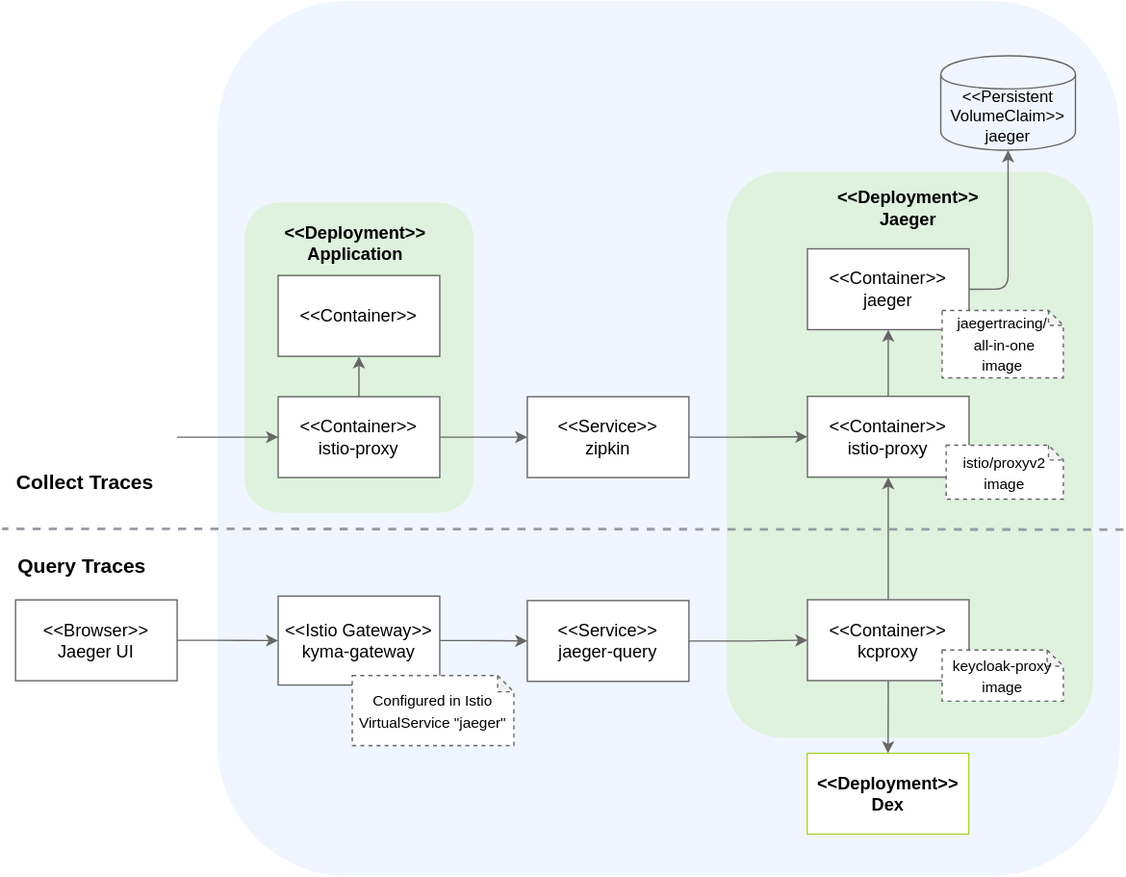
Before: docs/05-technical-reference/03-architecture/assets/obsv-tracing-architecture.svg, a diagram exported from draw.io (kyma-project/kyma). Source tidied: cells renumbered, new cells last; positions are measured from the earlier drawing's top-left corner, leaving out a move shared by most shapes.
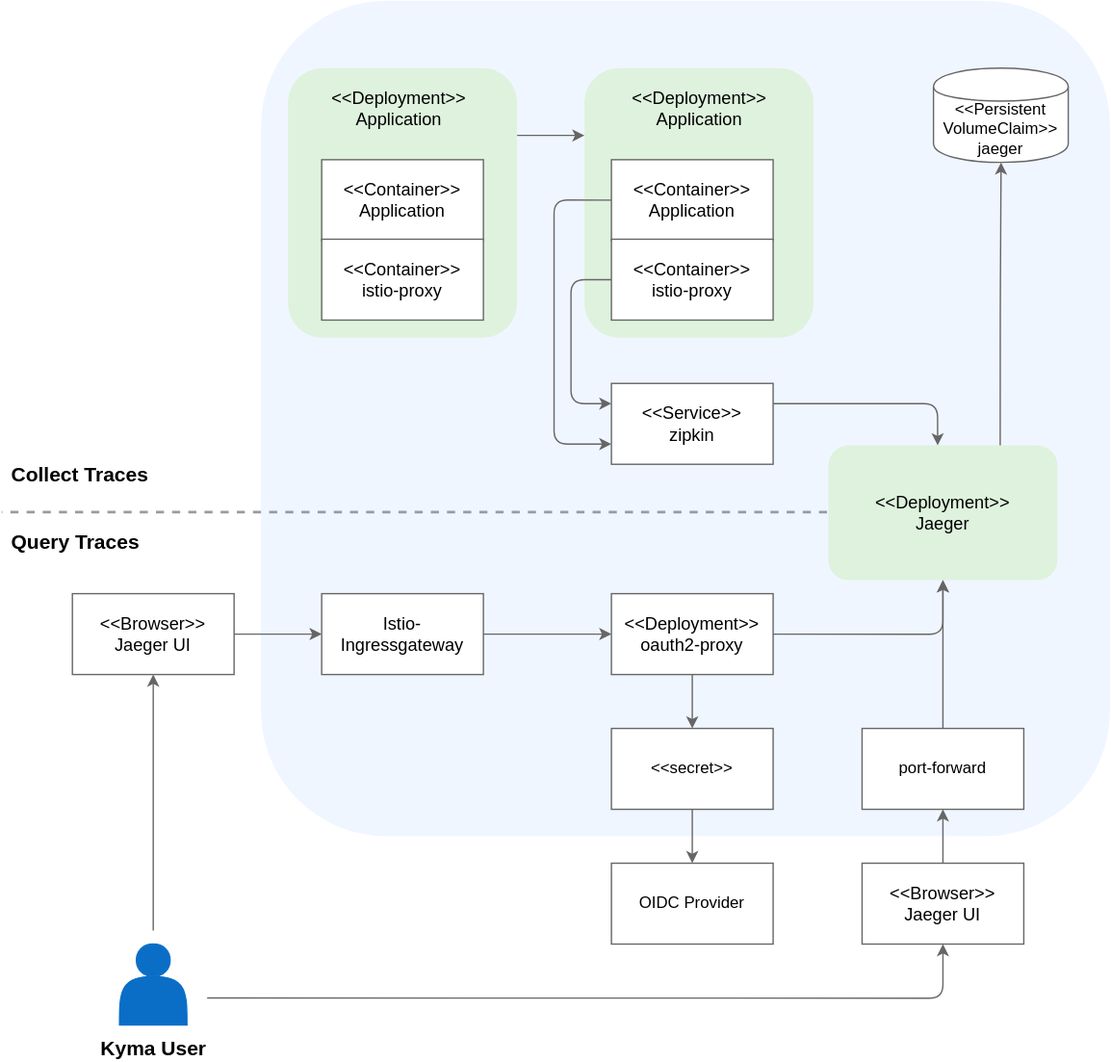
After the commit.

Commit message:
update tracing arch diagram and text

What changed in the source:
```diff
@@ -3,112 +3,141 @@
     <mxCell id="0" />
     <mxCell id="1" parent="0" />
     <mxCell id="2" style="rounded=1;whiteSpace=wrap;html=1;strokeColor=none;fillColor=#F0F6FF;" parent="1" vertex="1">
-      <mxGeometry x="160" width="670" height="650" as="geometry" />
+      <mxGeometry x="180" width="630" height="620" as="geometry" />
     </mxCell>
     <mxCell id="3" style="rounded=1;whiteSpace=wrap;html=1;strokeColor=none;fillColor=#DEF2DD;" parent="1" vertex="1">
-      <mxGeometry x="180" y="150" width="170" height="230" as="geometry" />
+      <mxGeometry x="420" y="50" width="170" height="200" as="geometry" />
     </mxCell>
-    <mxCell id="4" style="rounded=1;whiteSpace=wrap;html=1;strokeColor=none;fillColor=#DEF2DD;" parent="1" vertex="1">
-      <mxGeometry x="538" y="127" width="272" height="420" as="geometry" />
+    <mxCell id="4" value="&lt;span style=&quot;font-size: 13px&quot;&gt;&amp;lt;&amp;lt;Deployment&amp;gt;&amp;gt;&lt;/span&gt;&lt;br style=&quot;font-size: 13px&quot;&gt;&lt;span style=&quot;font-size: 13px&quot;&gt;Jaeger&lt;/span&gt;" style="rounded=1;whiteSpace=wrap;html=1;strokeColor=none;fillColor=#DEF2DD;" parent="1" vertex="1">
+      <mxGeometry x="601" y="330" width="170" height="100" as="geometry" />
     </mxCell>
-    <mxCell id="5" style="edgeStyle=orthogonalEdgeStyle;rounded=1;jettySize=auto;html=1;exitX=1;exitY=0.5;exitDx=0;exitDy=0;entryX=0;entryY=0.5;entryDx=0;entryDy=0;fontSize=13;strokeColor=#666666;" parent="1" edge="1" source="6" target="8">
-      <mxGeometry relative="1" as="geometry" />
-    </mxCell>
     <mxCell id="6" value="&lt;font style=&quot;font-size: 13px&quot;&gt;&amp;lt;&amp;lt;Browser&amp;gt;&amp;gt;&lt;br&gt;Jaeger UI&lt;/font&gt;" style="rounded=0;whiteSpace=wrap;html=1;strokeColor=#666666;" parent="1" vertex="1">
-      <mxGeometry x="10" y="444.8" width="120" height="60" as="geometry" />
+      <mxGeometry x="40" y="440" width="120" height="60" as="geometry" />
     </mxCell>
-    <mxCell id="7" style="edgeStyle=orthogonalEdgeStyle;rounded=1;jettySize=auto;html=1;exitX=1;exitY=0.5;exitDx=0;exitDy=0;entryX=0;entryY=0.5;entryDx=0;entryDy=0;fontSize=13;strokeColor=#666666;" parent="1" edge="1" source="8" target="10">
+    <mxCell id="7" style="edgeStyle=orthogonalEdgeStyle;rounded=1;jettySize=auto;html=1;exitX=1;exitY=0.5;exitDx=0;exitDy=0;entryX=0;entryY=0.5;entryDx=0;entryDy=0;fontSize=13;strokeColor=#666666;" parent="1" edge="1" source="8" target="17">
       <mxGeometry relative="1" as="geometry" />
     </mxCell>
-    <mxCell id="8" value="&amp;lt;&amp;lt;Istio Gateway&amp;gt;&amp;gt;&lt;br style=&quot;font-size: 13px;&quot;&gt;kyma-gateway" style="rounded=0;whiteSpace=wrap;html=1;fontSize=13;strokeColor=#666666;" parent="1" vertex="1">
-      <mxGeometry x="205" y="442" width="120" height="66" as="geometry" />
+    <mxCell id="8" value="Istio-Ingressgateway" style="rounded=0;whiteSpace=wrap;html=1;fontSize=13;strokeColor=#666666;" parent="1" vertex="1">
+      <mxGeometry x="225" y="440" width="120" height="60" as="geometry" />
     </mxCell>
-    <mxCell id="9" style="edgeStyle=orthogonalEdgeStyle;rounded=1;jettySize=auto;html=1;entryX=0;entryY=0.5;entryDx=0;entryDy=0;fontSize=13;strokeColor=#666666;" parent="1" edge="1" source="10" target="17">
-      <mxGeometry relative="1" as="geometry" />
-    </mxCell>
-    <mxCell id="10" value="&amp;lt;&amp;lt;Service&amp;gt;&amp;gt;&lt;br style=&quot;font-size: 13px;&quot;&gt;jaeger-query" style="rounded=0;whiteSpace=wrap;html=1;fontSize=13;strokeColor=#666666;" parent="1" vertex="1">
-      <mxGeometry x="390" y="445.3" width="120" height="60" as="geometry" />
-    </mxCell>
-    <mxCell id="11" style="edgeStyle=orthogonalEdgeStyle;rounded=1;jettySize=auto;html=1;exitX=1;exitY=0.5;exitDx=0;exitDy=0;strokeColor=#666666;" parent="1" edge="1" source="12" target="33">
+    <mxCell id="11" style="edgeStyle=orthogonalEdgeStyle;rounded=1;jettySize=auto;html=1;exitX=0.75;exitY=0;exitDx=0;exitDy=0;strokeColor=#666666;" parent="1" edge="1" source="4" target="33">
       <mxGeometry relative="1" as="geometry" />
     </mxCell>
-    <mxCell id="12" value="&amp;lt;&amp;lt;Container&amp;gt;&amp;gt;&lt;br style=&quot;font-size: 13px;&quot;&gt;jaeger" style="rounded=0;whiteSpace=wrap;html=1;fontSize=13;strokeColor=#666666;" parent="1" vertex="1">
-      <mxGeometry x="598" y="184.2" width="120" height="60" as="geometry" />
-    </mxCell>
-    <mxCell id="13" style="edgeStyle=orthogonalEdgeStyle;rounded=1;jettySize=auto;html=1;exitX=0.5;exitY=0;exitDx=0;exitDy=0;entryX=0.5;entryY=1;entryDx=0;entryDy=0;fontSize=13;strokeColor=#666666;" parent="1" edge="1" source="14" target="12">
-      <mxGeometry relative="1" as="geometry" />
-    </mxCell>
-    <mxCell id="14" value="&amp;lt;&amp;lt;Container&amp;gt;&amp;gt;&lt;br style=&quot;font-size: 13px;&quot;&gt;istio-proxy" style="rounded=0;whiteSpace=wrap;html=1;fontSize=13;strokeColor=#666666;" parent="1" vertex="1">
-      <mxGeometry x="598" y="293.7" width="120" height="60" as="geometry" />
-    </mxCell>
-    <mxCell id="15" style="edgeStyle=orthogonalEdgeStyle;rounded=1;jettySize=auto;html=1;exitX=0.5;exitY=0;exitDx=0;exitDy=0;entryX=0.5;entryY=1;entryDx=0;entryDy=0;fontSize=13;strokeColor=#666666;" parent="1" edge="1" source="17" target="14">
-      <mxGeometry relative="1" as="geometry" />
-    </mxCell>
-    <mxCell id="16" style="edgeStyle=orthogonalEdgeStyle;rounded=1;jettySize=auto;html=1;fontSize=13;strokeColor=#666666;" parent="1" edge="1" source="17" target="18">
-      <mxGeometry relative="1" as="geometry" />
-    </mxCell>
-    <mxCell id="17" value="&amp;lt;&amp;lt;Container&amp;gt;&amp;gt;&lt;br style=&quot;font-size: 13px;&quot;&gt;kcproxy" style="rounded=0;whiteSpace=wrap;html=1;fontSize=13;strokeColor=#666666;" parent="1" vertex="1">
-      <mxGeometry x="598" y="444.7" width="120" height="60" as="geometry" />
+    <mxCell id="17" value="&amp;lt;&amp;lt;Deployment&amp;gt;&amp;gt;&lt;br style=&quot;font-size: 13px&quot;&gt;oauth2-proxy" style="rounded=0;whiteSpace=wrap;html=1;fontSize=13;strokeColor=#666666;" parent="1" vertex="1">
+      <mxGeometry x="440" y="440" width="120" height="60" as="geometry" />
     </mxCell>
-    <mxCell id="18" value="&lt;b&gt;&amp;lt;&amp;lt;Deployment&amp;gt;&amp;gt;&lt;br style=&quot;font-size: 13px&quot;&gt;Dex&lt;/b&gt;" style="rounded=0;whiteSpace=wrap;html=1;fontSize=13;strokeColor=#ACD62F;" parent="1" vertex="1">
-      <mxGeometry x="597.8" y="558.7" width="120" height="60" as="geometry" />
-    </mxCell>
-    <mxCell id="19" value="&lt;font style=&quot;font-size: 13px&quot;&gt;&amp;lt;&amp;lt;Container&amp;gt;&amp;gt;&lt;/font&gt;" style="rounded=0;whiteSpace=wrap;html=1;fontSize=13;strokeColor=#666666;" parent="1" vertex="1">
-      <mxGeometry x="205" y="204" width="120" height="60" as="geometry" />
+    <mxCell id="19" value="&lt;font style=&quot;font-size: 13px&quot;&gt;&amp;lt;&amp;lt;Container&amp;gt;&amp;gt;&lt;br&gt;Application&lt;br&gt;&lt;/font&gt;" style="rounded=0;whiteSpace=wrap;html=1;fontSize=13;strokeColor=#666666;" parent="1" vertex="1">
+      <mxGeometry x="440" y="118" width="120" height="60" as="geometry" />
     </mxCell>
-    <mxCell id="20" style="edgeStyle=orthogonalEdgeStyle;rounded=1;jettySize=auto;html=1;exitX=0.5;exitY=0;exitDx=0;exitDy=0;entryX=0.5;entryY=1;entryDx=0;entryDy=0;fontSize=13;strokeColor=#666666;" parent="1" edge="1" source="22" target="19">
-      <mxGeometry relative="1" as="geometry" />
-    </mxCell>
-    <mxCell id="21" style="edgeStyle=orthogonalEdgeStyle;rounded=1;jettySize=auto;html=1;exitX=1;exitY=0.5;exitDx=0;exitDy=0;entryX=0;entryY=0.5;entryDx=0;entryDy=0;fontSize=13;strokeColor=#666666;" parent="1" edge="1" source="22" target="24">
-      <mxGeometry relative="1" as="geometry" />
+    <mxCell id="21" style="edgeStyle=orthogonalEdgeStyle;rounded=1;jettySize=auto;html=1;exitX=0;exitY=0.5;exitDx=0;exitDy=0;entryX=0;entryY=0.25;entryDx=0;entryDy=0;fontSize=13;strokeColor=#666666;" parent="1" edge="1" source="22" target="24">
+      <mxGeometry relative="1" as="geometry">
+        <Array as="points">
+          <mxPoint x="410" y="207" />
+          <mxPoint x="410" y="299" />
+        </Array>
+      </mxGeometry>
     </mxCell>
     <mxCell id="22" value="&lt;font style=&quot;font-size: 13px&quot;&gt;&amp;lt;&amp;lt;Container&amp;gt;&amp;gt;&lt;br style=&quot;font-size: 13px;&quot;&gt;istio-proxy&lt;/font&gt;" style="rounded=0;whiteSpace=wrap;html=1;fontSize=13;strokeColor=#666666;" parent="1" vertex="1">
-      <mxGeometry x="205" y="294" width="120" height="60" as="geometry" />
+      <mxGeometry x="440" y="177" width="120" height="60" as="geometry" />
     </mxCell>
-    <mxCell id="23" value="&lt;font style=&quot;font-size: 13px&quot;&gt;&lt;b&gt;&amp;lt;&amp;lt;Deployment&amp;gt;&amp;gt;&lt;br style=&quot;font-size: 13px&quot;&gt;Application&lt;/b&gt;&lt;/font&gt;" style="text;html=1;strokeColor=none;fillColor=none;align=center;verticalAlign=middle;whiteSpace=wrap;rounded=0;fontSize=13;" parent="1" vertex="1">
-      <mxGeometry x="240" y="170" width="45" height="20" as="geometry" />
+    <mxCell id="23" value="&lt;font style=&quot;font-size: 13px&quot;&gt;&amp;lt;&amp;lt;Deployment&amp;gt;&amp;gt;&lt;br style=&quot;font-size: 13px&quot;&gt;Application&lt;/font&gt;" style="text;html=1;strokeColor=none;fillColor=none;align=center;verticalAlign=middle;whiteSpace=wrap;rounded=0;fontSize=13;" parent="1" vertex="1">
+      <mxGeometry x="482.5" y="70" width="45" height="20" as="geometry" />
     </mxCell>
     <mxCell id="24" value="&amp;lt;&amp;lt;Service&amp;gt;&amp;gt;&lt;br style=&quot;font-size: 13px;&quot;&gt;zipkin" style="rounded=0;whiteSpace=wrap;html=1;fontSize=13;strokeColor=#666666;" parent="1" vertex="1">
-      <mxGeometry x="390" y="294" width="120" height="60" as="geometry" />
+      <mxGeometry x="440" y="284" width="120" height="60" as="geometry" />
     </mxCell>
-    <mxCell id="25" value="&lt;b&gt;&amp;lt;&amp;lt;Deployment&amp;gt;&amp;gt;&lt;br style=&quot;font-size: 13px&quot;&gt;Jaeger&lt;/b&gt;" style="text;html=1;strokeColor=none;fillColor=none;align=center;verticalAlign=middle;whiteSpace=wrap;rounded=0;fontSize=13;" parent="1" vertex="1">
-      <mxGeometry x="653" y="144" width="40" height="20" as="geometry" />
-    </mxCell>
-    <mxCell id="26" value="&lt;font style=&quot;font-size: 11px&quot;&gt;Configured in Istio VirtualService&amp;nbsp;&quot;jaeger&quot;&lt;/font&gt;" style="shape=note;whiteSpace=wrap;html=1;backgroundOutline=1;darkOpacity=0.05;size=12;fontSize=13;dashed=1;strokeColor=#666666;" parent="1" vertex="1">
-      <mxGeometry x="260" y="501" width="120" height="52" as="geometry" />
-    </mxCell>
-    <mxCell id="27" value="&lt;font style=&quot;font-size: 11px&quot;&gt;keycloak-proxy image&lt;/font&gt;" style="shape=note;whiteSpace=wrap;html=1;backgroundOutline=1;darkOpacity=0.05;size=12;fontSize=13;dashed=1;strokeColor=#666666;" parent="1" vertex="1">
-      <mxGeometry x="698" y="482" width="90" height="38" as="geometry" />
-    </mxCell>
-    <mxCell id="28" value="&lt;font style=&quot;font-size: 11px&quot;&gt;istio/proxyv2&lt;br&gt;image&lt;/font&gt;" style="shape=note;whiteSpace=wrap;html=1;backgroundOutline=1;darkOpacity=0.05;size=11;fontSize=13;dashed=1;strokeColor=#666666;" parent="1" vertex="1">
-      <mxGeometry x="701" y="330" width="87" height="40" as="geometry" />
-    </mxCell>
-    <mxCell id="29" value="&lt;font style=&quot;font-size: 11px&quot;&gt;jaegertracing/&lt;br&gt;&amp;nbsp;all-in-one&lt;br&gt;image&lt;/font&gt;" style="shape=note;whiteSpace=wrap;html=1;backgroundOutline=1;darkOpacity=0.05;size=11;fontSize=13;dashed=1;strokeColor=#666666;" parent="1" vertex="1">
-      <mxGeometry x="698" y="230" width="90" height="50" as="geometry" />
-    </mxCell>
-    <mxCell id="30" style="endArrow=none;dashed=1;html=1;strokeColor=#959CA4;fontSize=13;strokeWidth=2;exitX=1.004;exitY=0.604;exitDx=0;exitDy=0;exitPerimeter=0;" parent="1" edge="1" source="2">
+    <mxCell id="30" style="endArrow=none;dashed=1;html=1;strokeColor=#959CA4;fontSize=13;strokeWidth=2;" parent="1" edge="1">
       <mxGeometry relative="1" as="geometry">
-        <mxPoint y="392" as="targetPoint" />
+        <mxPoint x="600" y="379.5" as="sourcePoint" />
+        <mxPoint x="-12.5" y="379.5" as="targetPoint" />
       </mxGeometry>
     </mxCell>
-    <mxCell id="31" value="&lt;font style=&quot;font-size: 15px&quot;&gt;&lt;b&gt;Collect Traces&lt;/b&gt;&lt;/font&gt;" style="text;html=1;align=left;verticalAlign=top;spacingTop=-4;fontSize=13;" parent="1" vertex="1">
-      <mxGeometry x="9" y="345.5" width="120" height="20" as="geometry" />
+    <mxCell id="31" value="&lt;font style=&quot;font-size: 15px&quot;&gt;&lt;b style=&quot;font-size: 15px;&quot;&gt;Collect Traces&lt;/b&gt;&lt;/font&gt;" style="text;html=1;align=left;verticalAlign=top;spacingTop=-4;fontSize=15;" parent="1" vertex="1">
+      <mxGeometry x="-7.5" y="340" width="120" height="20" as="geometry" />
     </mxCell>
     <mxCell id="32" value="&lt;b&gt;&lt;font style=&quot;font-size: 15px&quot;&gt;Query Traces&lt;/font&gt;&lt;/b&gt;" style="text;html=1;align=left;verticalAlign=top;spacingTop=-4;fontSize=13;" parent="1" vertex="1">
-      <mxGeometry x="10" y="408" width="110" height="20" as="geometry" />
+      <mxGeometry x="-7.5" y="390" width="110" height="20" as="geometry" />
     </mxCell>
-    <mxCell id="33" value="&amp;lt;&amp;lt;Persistent&lt;br&gt;VolumeClaim&amp;gt;&amp;gt;&lt;br&gt;jaeger" style="shape=cylinder;whiteSpace=wrap;html=1;boundedLbl=1;backgroundOutline=1;fillColor=none;strokeColor=#666666;" parent="1" vertex="1">
-      <mxGeometry x="697" y="41" width="100" height="70" as="geometry" />
+    <mxCell id="33" value="&amp;lt;&amp;lt;Persistent&lt;br&gt;VolumeClaim&amp;gt;&amp;gt;&lt;br&gt;jaeger" style="shape=cylinder;whiteSpace=wrap;html=1;boundedLbl=1;backgroundOutline=1;strokeColor=#666666;" parent="1" vertex="1">
+      <mxGeometry x="679" y="50" width="100" height="70" as="geometry" />
     </mxCell>
-    <mxCell id="34" style="edgeStyle=orthogonalEdgeStyle;rounded=1;jettySize=auto;html=1;entryX=0;entryY=0.5;entryDx=0;entryDy=0;fontSize=13;strokeColor=#666666;" parent="1" edge="1" target="22">
-      <mxGeometry relative="1" as="geometry">
-        <mxPoint x="130" y="324" as="sourcePoint" />
-      </mxGeometry>
+    <mxCell id="34" style="edgeStyle=orthogonalEdgeStyle;rounded=1;jettySize=auto;html=1;fontSize=13;strokeColor=#666666;exitX=1;exitY=0.25;exitDx=0;exitDy=0;entryX=0;entryY=0.25;entryDx=0;entryDy=0;" parent="1" edge="1" source="36" target="3">
+      <mxGeometry relative="1" as="geometry" />
     </mxCell>
-    <mxCell id="35" style="edgeStyle=orthogonalEdgeStyle;rounded=1;jettySize=auto;html=1;entryX=0;entryY=0.5;entryDx=0;entryDy=0;fontSize=13;strokeColor=#666666;" parent="1" edge="1" target="14">
-      <mxGeometry relative="1" as="geometry">
-        <mxPoint x="510" y="324" as="sourcePoint" />
-      </mxGeometry>
+    <mxCell id="35" style="edgeStyle=orthogonalEdgeStyle;rounded=1;jettySize=auto;html=1;entryX=0.477;entryY=0;entryDx=0;entryDy=0;fontSize=13;strokeColor=#666666;exitX=1;exitY=0.25;exitDx=0;exitDy=0;entryPerimeter=0;" parent="1" edge="1" source="24" target="4">
+      <mxGeometry relative="1" as="geometry" />
     </mxCell>
+    <mxCell id="36" style="rounded=1;whiteSpace=wrap;html=1;strokeColor=none;fillColor=#DEF2DD;" parent="1" vertex="1">
+      <mxGeometry x="200" y="50" width="170" height="200" as="geometry" />
+    </mxCell>
+    <mxCell id="37" value="&lt;font style=&quot;font-size: 13px&quot;&gt;&amp;lt;&amp;lt;Container&amp;gt;&amp;gt;&lt;br&gt;Application&lt;br&gt;&lt;/font&gt;" style="rounded=0;whiteSpace=wrap;html=1;fontSize=13;strokeColor=#666666;" parent="1" vertex="1">
+      <mxGeometry x="225" y="118" width="120" height="60" as="geometry" />
+    </mxCell>
+    <mxCell id="14" value="&lt;font style=&quot;font-size: 13px&quot;&gt;&amp;lt;&amp;lt;Container&amp;gt;&amp;gt;&lt;br style=&quot;font-size: 13px;&quot;&gt;istio-proxy&lt;/font&gt;" style="rounded=0;whiteSpace=wrap;html=1;fontSize=13;strokeColor=#666666;" parent="1" vertex="1">
+      <mxGeometry x="225" y="177" width="120" height="60" as="geometry" />
+    </mxCell>
+    <mxCell id="38" value="&lt;font style=&quot;font-size: 13px&quot;&gt;&amp;lt;&amp;lt;Deployment&amp;gt;&amp;gt;&lt;br style=&quot;font-size: 13px&quot;&gt;Application&lt;/font&gt;" style="text;html=1;strokeColor=none;fillColor=none;align=center;verticalAlign=middle;whiteSpace=wrap;rounded=0;fontSize=13;" parent="1" vertex="1">
+      <mxGeometry x="260" y="70" width="45" height="20" as="geometry" />
+    </mxCell>
+    <mxCell id="39" value="port-forward" style="rounded=0;whiteSpace=wrap;html=1;strokeColor=#666666;" parent="1" vertex="1">
+      <mxGeometry x="626" y="540" width="120" height="60" as="geometry" />
+    </mxCell>
+    <mxCell id="40" value="&lt;font style=&quot;font-size: 13px&quot;&gt;&amp;lt;&amp;lt;Browser&amp;gt;&amp;gt;&lt;br&gt;Jaeger UI&lt;/font&gt;" style="rounded=0;whiteSpace=wrap;html=1;strokeColor=#666666;" parent="1" vertex="1">
+      <mxGeometry x="626" y="640" width="120" height="60" as="geometry" />
+    </mxCell>
+    <mxCell id="41" value="OIDC Provider" style="rounded=0;whiteSpace=wrap;html=1;strokeColor=#666666;" parent="1" vertex="1">
+      <mxGeometry x="440" y="640" width="120" height="60" as="geometry" />
+    </mxCell>
+    <mxCell id="42" value="&amp;lt;&amp;lt;secret&amp;gt;&amp;gt;" style="rounded=0;whiteSpace=wrap;html=1;strokeColor=#666666;" parent="1" vertex="1">
+      <mxGeometry x="440" y="540" width="120" height="60" as="geometry" />
+    </mxCell>
+    <mxCell id="43" style="edgeStyle=orthogonalEdgeStyle;rounded=1;jettySize=auto;html=1;entryX=0;entryY=0.75;entryDx=0;entryDy=0;fontSize=13;strokeColor=#666666;exitX=0;exitY=0.5;exitDx=0;exitDy=0;" parent="1" edge="1" source="19" target="24">
+      <mxGeometry relative="1" as="geometry">
+        <Array as="points">
+          <mxPoint x="397.5" y="148" />
+          <mxPoint x="397.5" y="329" />
+        </Array>
+      </mxGeometry>
+    </mxCell>
+    <mxCell id="5" style="edgeStyle=orthogonalEdgeStyle;rounded=1;jettySize=auto;html=1;fontSize=13;strokeColor=#666666;exitX=1;exitY=0.5;exitDx=0;exitDy=0;" parent="1" edge="1" source="6" target="8">
+      <mxGeometry relative="1" as="geometry" />
+    </mxCell>
+    <mxCell id="44" style="edgeStyle=orthogonalEdgeStyle;rounded=1;jettySize=auto;html=1;exitX=1;exitY=0.5;exitDx=0;exitDy=0;entryX=0.5;entryY=1;entryDx=0;entryDy=0;fontSize=13;strokeColor=#666666;" parent="1" edge="1" source="17" target="4">
+      <mxGeometry relative="1" as="geometry" />
+    </mxCell>
+    <mxCell id="45" style="edgeStyle=orthogonalEdgeStyle;rounded=1;jettySize=auto;html=1;entryX=0.5;entryY=0;entryDx=0;entryDy=0;fontSize=13;strokeColor=#666666;" parent="1" edge="1" target="42">
+      <mxGeometry relative="1" as="geometry">
+        <mxPoint x="500" y="500" as="sourcePoint" />
+      </mxGeometry>
+    </mxCell>
+    <mxCell id="46" style="edgeStyle=orthogonalEdgeStyle;rounded=1;jettySize=auto;html=1;entryX=0.5;entryY=0;entryDx=0;entryDy=0;fontSize=13;strokeColor=#666666;" parent="1" edge="1" target="41">
+      <mxGeometry relative="1" as="geometry">
+        <mxPoint x="500" y="600" as="sourcePoint" />
+      </mxGeometry>
+    </mxCell>
+    <mxCell id="47" style="edgeStyle=orthogonalEdgeStyle;rounded=1;jettySize=auto;html=1;entryX=0.5;entryY=1;entryDx=0;entryDy=0;fontSize=13;strokeColor=#666666;exitX=0.5;exitY=0;exitDx=0;exitDy=0;" parent="1" edge="1" source="39" target="4">
+      <mxGeometry relative="1" as="geometry" />
+    </mxCell>
+    <mxCell id="48" style="edgeStyle=orthogonalEdgeStyle;rounded=1;jettySize=auto;html=1;fontSize=13;strokeColor=#666666;exitX=0.5;exitY=0;exitDx=0;exitDy=0;" parent="1" edge="1" source="40">
+      <mxGeometry relative="1" as="geometry">
+        <mxPoint x="686" y="600" as="targetPoint" />
+      </mxGeometry>
+    </mxCell>
+    <mxCell id="49" style="shape=actor;whiteSpace=wrap;html=1;fillColor=#0A6EC7;strokeColor=#0A6EC7;" parent="1" vertex="1">
+      <mxGeometry x="75" y="700" width="50" height="60" as="geometry" />
+    </mxCell>
+    <mxCell id="50" value="&lt;font style=&quot;font-size: 15px&quot;&gt;&lt;b&gt;Kyma User&lt;/b&gt;&lt;/font&gt;" style="text;html=1;align=center;verticalAlign=middle;fontSize=15;" parent="1" vertex="1">
+      <mxGeometry x="55" y="767" width="90" height="20" as="geometry" />
+    </mxCell>
+    <mxCell id="51" style="edgeStyle=orthogonalEdgeStyle;rounded=1;jettySize=auto;html=1;fontSize=13;strokeColor=#666666;entryX=0.5;entryY=1;entryDx=0;entryDy=0;" parent="1" edge="1" target="40">
+      <mxGeometry relative="1" as="geometry">
+        <mxPoint x="140" y="740" as="sourcePoint" />
+      </mxGeometry>
+    </mxCell>
+    <mxCell id="52" style="edgeStyle=orthogonalEdgeStyle;rounded=1;jettySize=auto;html=1;fontSize=13;strokeColor=#666666;entryX=0.5;entryY=1;entryDx=0;entryDy=0;" parent="1" edge="1" target="6">
+      <mxGeometry relative="1" as="geometry">
+        <mxPoint x="100" y="690" as="sourcePoint" />
+      </mxGeometry>
+    </mxCell>
   </root>
 </mxGraphModel>
```
